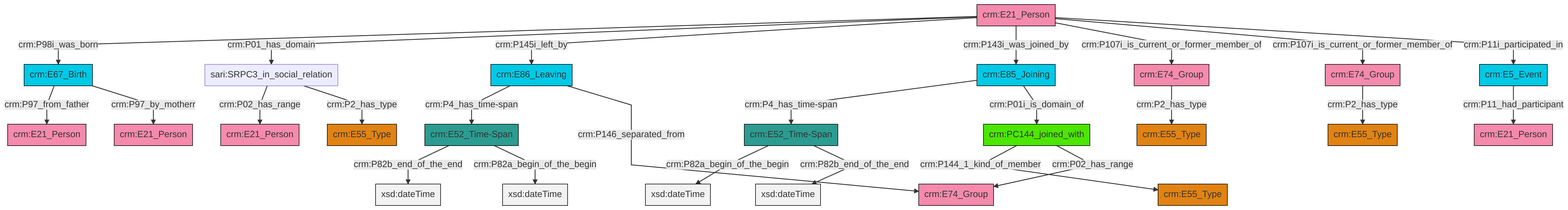
Above: et/personCSV/ttl/mmd/png/Person_Actor_Relations.png in swiss-art-research-net/reference-data-models (Mermaid), before the change. Its source is kept beside it as et/personCSV/ttl/mmd/Person_Actor_Relations.ttl.mmd.
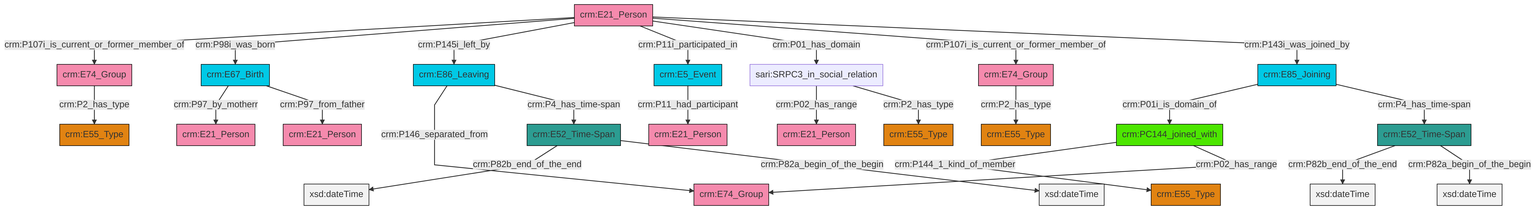
Later version of the same file.

Diff of the diagram source:
```diff
@@ -13,27 +13,27 @@
 classDef PC_Classes fill:#4ce600, stroke:#000000;
 classDef Multi fill:#cccccc,stroke:#000000;
 
-2["crm:PC144_joined_with"]:::PC_Classes -->|crm:P144_1_kind_of_member| 0["crm:E55_Type"]:::Type
-7["crm:E21_Person"]:::Actor -->|crm:P98i_was_born| 5["crm:E67_Birth"]:::Temporal_Entity
-8["crm:E52_Time-Span"]:::Time-Span -->|crm:P82b_end_of_the_end| 9[xsd:dateTime]:::Literal
-10["crm:E52_Time-Span"]:::Time-Span -->|crm:P82a_begin_of_the_begin| 11[xsd:dateTime]:::Literal
-7["crm:E21_Person"]:::Actor -->|crm:P01_has_domain| 16["sari:SRPC3_in_social_relation"]:::Default
-17["crm:E74_Group"]:::Actor -->|crm:P2_has_type| 3["crm:E55_Type"]:::Type
-7["crm:E21_Person"]:::Actor -->|crm:P145i_left_by| 18["crm:E86_Leaving"]:::Temporal_Entity
-16["sari:SRPC3_in_social_relation"]:::Default -->|crm:P02_has_range| 19["crm:E21_Person"]:::Actor
-16["sari:SRPC3_in_social_relation"]:::Default -->|crm:P2_has_type| 24["crm:E55_Type"]:::Type
-7["crm:E21_Person"]:::Actor -->|crm:P143i_was_joined_by| 14["crm:E85_Joining"]:::Temporal_Entity
-14["crm:E85_Joining"]:::Temporal_Entity -->|crm:P4_has_time-span| 10["crm:E52_Time-Span"]:::Time-Span
-7["crm:E21_Person"]:::Actor -->|crm:P107i_is_current_or_former_member_of| 26["crm:E74_Group"]:::Actor
-5["crm:E67_Birth"]:::Temporal_Entity -->|crm:P97_from_father| 28["crm:E21_Person"]:::Actor
-29["crm:E5_Event"]:::Temporal_Entity -->|crm:P11_had_participant| 30["crm:E21_Person"]:::Actor
-26["crm:E74_Group"]:::Actor -->|crm:P2_has_type| 20["crm:E55_Type"]:::Type
-10["crm:E52_Time-Span"]:::Time-Span -->|crm:P82b_end_of_the_end| 32[xsd:dateTime]:::Literal
-7["crm:E21_Person"]:::Actor -->|crm:P107i_is_current_or_former_member_of| 17["crm:E74_Group"]:::Actor
-2["crm:PC144_joined_with"]:::PC_Classes -->|crm:P02_has_range| 33["crm:E74_Group"]:::Actor
-18["crm:E86_Leaving"]:::Temporal_Entity -->|crm:P4_has_time-span| 8["crm:E52_Time-Span"]:::Time-Span
-14["crm:E85_Joining"]:::Temporal_Entity -->|crm:P01i_is_domain_of| 2["crm:PC144_joined_with"]:::PC_Classes
-18["crm:E86_Leaving"]:::Temporal_Entity -->|crm:P146_separated_from| 33["crm:E74_Group"]:::Actor
-7["crm:E21_Person"]:::Actor -->|crm:P11i_participated_in| 29["crm:E5_Event"]:::Temporal_Entity
-5["crm:E67_Birth"]:::Temporal_Entity -->|crm:P97_by_motherr| 22["crm:E21_Person"]:::Actor
-8["crm:E52_Time-Span"]:::Time-Span -->|crm:P82a_begin_of_the_begin| 44[xsd:dateTime]:::Literal
+2["crm:E86_Leaving"]:::Temporal_Entity -->|crm:P146_separated_from| 3["crm:E74_Group"]:::Actor
+4["crm:E52_Time-Span"]:::Time-Span -->|crm:P82b_end_of_the_end| 5[xsd:dateTime]:::Literal
+12["sari:SRPC3_in_social_relation"]:::Default -->|crm:P02_has_range| 8["crm:E21_Person"]:::Actor
+13["crm:E21_Person"]:::Actor -->|crm:P107i_is_current_or_former_member_of| 14["crm:E74_Group"]:::Actor
+12["sari:SRPC3_in_social_relation"]:::Default -->|crm:P2_has_type| 0["crm:E55_Type"]:::Type
+15["crm:E85_Joining"]:::Temporal_Entity -->|crm:P01i_is_domain_of| 10["crm:PC144_joined_with"]:::PC_Classes
+13["crm:E21_Person"]:::Actor -->|crm:P98i_was_born| 6["crm:E67_Birth"]:::Temporal_Entity
+13["crm:E21_Person"]:::Actor -->|crm:P145i_left_by| 2["crm:E86_Leaving"]:::Temporal_Entity
+13["crm:E21_Person"]:::Actor -->|crm:P11i_participated_in| 18["crm:E5_Event"]:::Temporal_Entity
+4["crm:E52_Time-Span"]:::Time-Span -->|crm:P82a_begin_of_the_begin| 20[xsd:dateTime]:::Literal
+16["crm:E74_Group"]:::Actor -->|crm:P2_has_type| 22["crm:E55_Type"]:::Type
+2["crm:E86_Leaving"]:::Temporal_Entity -->|crm:P4_has_time-span| 23["crm:E52_Time-Span"]:::Time-Span
+13["crm:E21_Person"]:::Actor -->|crm:P01_has_domain| 12["sari:SRPC3_in_social_relation"]:::Default
+13["crm:E21_Person"]:::Actor -->|crm:P107i_is_current_or_former_member_of| 16["crm:E74_Group"]:::Actor
+23["crm:E52_Time-Span"]:::Time-Span -->|crm:P82b_end_of_the_end| 26[xsd:dateTime]:::Literal
+10["crm:PC144_joined_with"]:::PC_Classes -->|crm:P144_1_kind_of_member| 24["crm:E55_Type"]:::Type
+18["crm:E5_Event"]:::Temporal_Entity -->|crm:P11_had_participant| 32["crm:E21_Person"]:::Actor
+14["crm:E74_Group"]:::Actor -->|crm:P2_has_type| 27["crm:E55_Type"]:::Type
+15["crm:E85_Joining"]:::Temporal_Entity -->|crm:P4_has_time-span| 4["crm:E52_Time-Span"]:::Time-Span
+13["crm:E21_Person"]:::Actor -->|crm:P143i_was_joined_by| 15["crm:E85_Joining"]:::Temporal_Entity
+23["crm:E52_Time-Span"]:::Time-Span -->|crm:P82a_begin_of_the_begin| 44[xsd:dateTime]:::Literal
+6["crm:E67_Birth"]:::Temporal_Entity -->|crm:P97_by_motherr| 30["crm:E21_Person"]:::Actor
+6["crm:E67_Birth"]:::Temporal_Entity -->|crm:P97_from_father| 40["crm:E21_Person"]:::Actor
+10["crm:PC144_joined_with"]:::PC_Classes -->|crm:P02_has_range| 3["crm:E74_Group"]:::Actor
```
